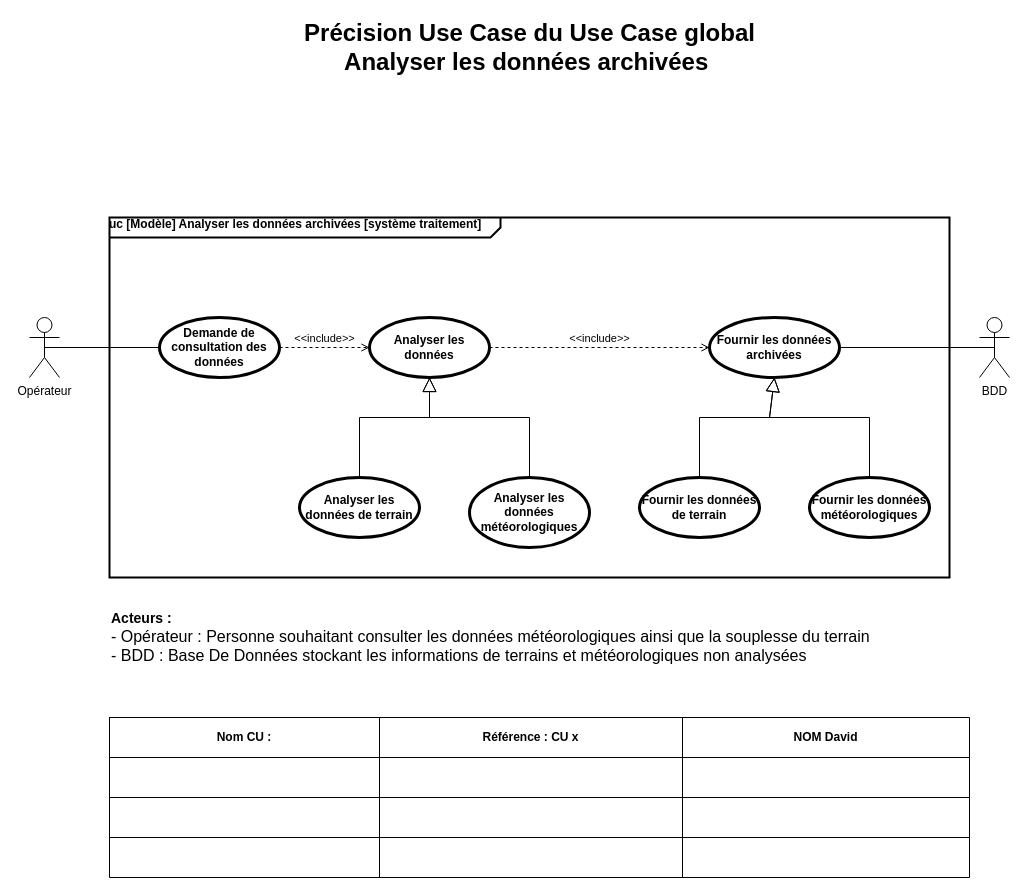
ToGen49/Hippodrome keeps this draw.io diagram as SYSML/UseCase/D-UC_Analyser_les_donnees_archivees-F1.drawio. Above is the earlier version. Source tidied: cells renumbered, new cells numbered last; positions are measured from the earlier drawing's top-left corner, leaving out a move shared by most shapes. Both pictures are drawn from the tidied source at 100%, with x=0, y=0 at pixel (29, 17).
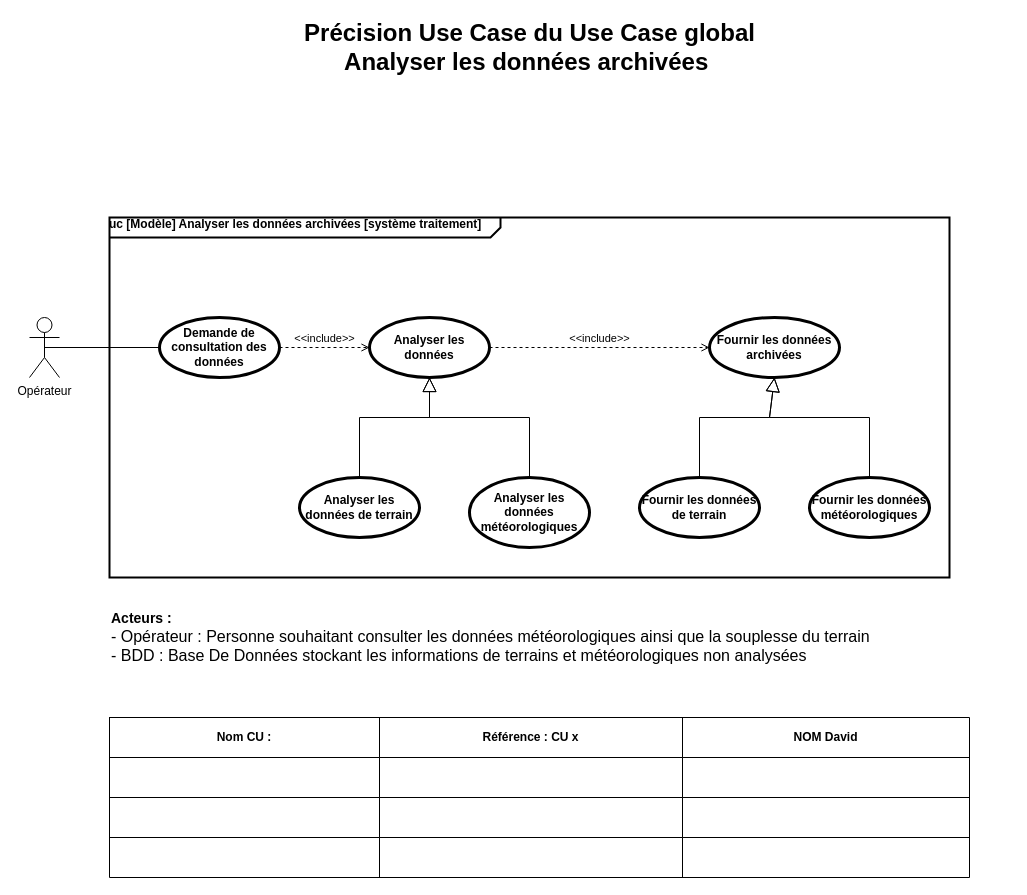
Above is the later version.

Commit message:
Mettre à jour D-UC_Analyser_les_donnees_archivees-F1.drawio

The change refers to these unchanged cells:
```xml
<mxCell id="7" value="Fournir les données archivées" style="shape=ellipse;html=1;strokeWidth=3;fontStyle=1;whiteSpace=wrap;align=center;perimeter=ellipsePerimeter;" parent="1" vertex="1">
  <mxGeometry x="680" y="300" width="130" height="60" as="geometry" />
</mxCell>
```

The edit, as a diff of the source:
```diff
@@
-    <mxCell id="6" value="BDD" style="shape=umlActor;verticalLabelPosition=bottom;verticalAlign=top;html=1;outlineConnect=0;" parent="1" vertex="1">
-      <mxGeometry x="950" y="300" width="30" height="60" as="geometry" />
-    </mxCell>
@@
-    <mxCell id="18" style="edgeStyle=none;html=1;endArrow=none;verticalAlign=bottom;rounded=0;exitX=1;exitY=0.5;exitDx=0;exitDy=0;entryX=0.5;entryY=0.5;entryDx=0;entryDy=0;entryPerimeter=0;" parent="1" edge="1" source="7" target="6">
-      <mxGeometry relative="1" as="geometry" />
-    </mxCell>
```
